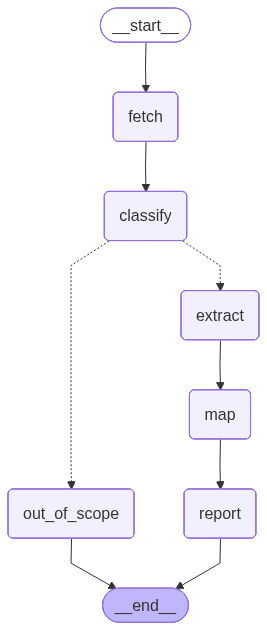
Earlier version of the Mermaid export docs/orchestration/v6_pipeline.png (Product-nomad/attestloop). Its source is kept beside it as docs/orchestration/v6_pipeline.mmd. Source of this version:
```mermaid
---
config:
  flowchart:
    curve: linear
---
graph TD;
	__start__([<p>__start__</p>]):::first
	fetch(fetch)
	classify(classify)
	extract(extract)
	map(map)
	report(report)
	out_of_scope(out_of_scope)
	__end__([<p>__end__</p>]):::last
	__start__ --> fetch;
	classify -.-> extract;
	classify -.-> out_of_scope;
	extract --> map;
	fetch --> classify;
	map --> report;
	out_of_scope --> __end__;
	report --> __end__;
	classDef default fill:#f2f0ff,line-height:1.2
	classDef first fill-opacity:0
	classDef last fill:#bfb6fc
```
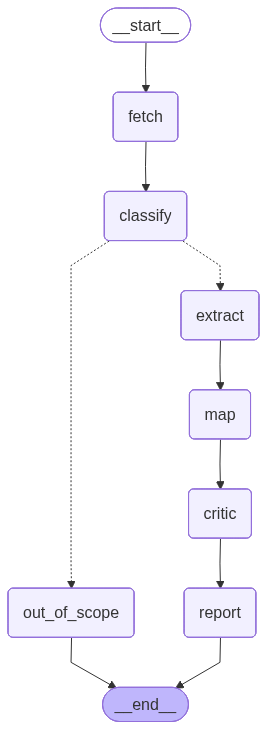
The same file after the commit.

Commit message:
feat: critic agent for second-pass review of low-confidence mappings

Diff of the diagram source:
```diff
@@ -9,15 +9,17 @@
 	classify(classify)
 	extract(extract)
 	map(map)
+	critic(critic)
 	report(report)
 	out_of_scope(out_of_scope)
 	__end__([<p>__end__</p>]):::last
 	__start__ --> fetch;
 	classify -.-> extract;
 	classify -.-> out_of_scope;
+	critic --> report;
 	extract --> map;
 	fetch --> classify;
-	map --> report;
+	map --> critic;
 	out_of_scope --> __end__;
 	report --> __end__;
 	classDef default fill:#f2f0ff,line-height:1.2
```
